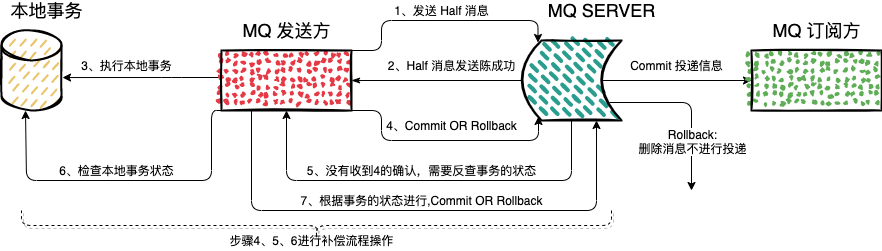
Earlier version of the draw.io export img/mq-rocketmq-shiwu.png (boilingfrog/Go-POINT). Source tidied: cells renumbered, new cells last; positions are measured from the earlier drawing's top-left corner, leaving out a move shared by most shapes.
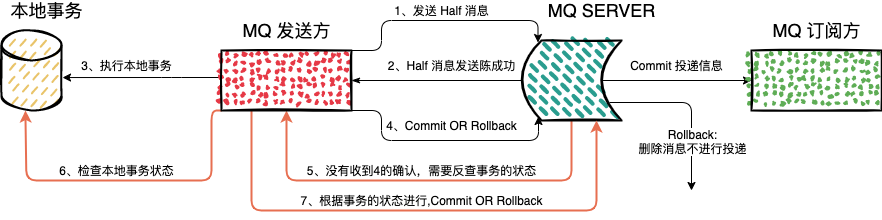
Above is the later version.

Commit message:
几个消息队列中常见的问题

Diff of the diagram source:
```diff
@@ -18,7 +18,7 @@
         <mxPoint x="1" y="-8" as="offset" />
       </mxGeometry>
     </mxCell>
-    <mxCell id="6" style="edgeStyle=orthogonalEdgeStyle;rounded=1;html=1;startArrow=none;startFill=0;endArrow=classic;endFill=1;strokeWidth=1;" parent="1" edge="1" source="7">
+    <mxCell id="6" style="edgeStyle=orthogonalEdgeStyle;rounded=1;html=1;startArrow=none;startFill=0;endArrow=classic;endFill=1;strokeWidth=2;strokeColor=#e76f51;" parent="1" edge="1" source="7">
       <mxGeometry relative="1" as="geometry">
         <mxPoint x="285" y="110" as="targetPoint" />
         <Array as="points">
@@ -57,7 +57,7 @@
         </Array>
       </mxGeometry>
     </mxCell>
-    <mxCell id="13" style="edgeStyle=orthogonalEdgeStyle;rounded=1;html=1;startArrow=none;startFill=0;endArrow=classic;endFill=1;strokeWidth=1;exitX=0;exitY=1;exitDx=0;exitDy=0;entryX=0.4;entryY=1;entryDx=0;entryDy=0;entryPerimeter=0;" parent="1" edge="1" source="16" target="2">
+    <mxCell id="13" style="edgeStyle=orthogonalEdgeStyle;rounded=1;html=1;startArrow=none;startFill=0;endArrow=classic;endFill=1;strokeWidth=2;exitX=0;exitY=1;exitDx=0;exitDy=0;entryX=0.4;entryY=1;entryDx=0;entryDy=0;entryPerimeter=0;fillColor=#d80073;strokeColor=#e76f51;" parent="1" edge="1" source="16" target="2">
       <mxGeometry relative="1" as="geometry">
         <Array as="points">
           <mxPoint x="210" y="110" />
@@ -75,7 +75,7 @@
         </Array>
       </mxGeometry>
     </mxCell>
-    <mxCell id="15" style="edgeStyle=orthogonalEdgeStyle;rounded=1;html=1;entryX=0.75;entryY=1;entryDx=0;entryDy=0;startArrow=none;startFill=0;endArrow=classic;endFill=1;strokeWidth=1;" parent="1" edge="1" source="16" target="7">
+    <mxCell id="15" style="edgeStyle=orthogonalEdgeStyle;rounded=1;html=1;entryX=0.75;entryY=1;entryDx=0;entryDy=0;startArrow=none;startFill=0;endArrow=classic;endFill=1;strokeWidth=2;strokeColor=#e76f51;" parent="1" edge="1" source="16" target="7">
       <mxGeometry relative="1" as="geometry">
         <Array as="points">
           <mxPoint x="250" y="210" />
@@ -119,11 +119,5 @@
     <mxCell id="27" value="7、根据事务的状态进行,Commit OR Rollback" style="text;html=1;align=center;verticalAlign=middle;strokeColor=none;" parent="1" vertex="1">
       <mxGeometry x="290" y="190" width="260" height="20" as="geometry" />
     </mxCell>
-    <mxCell id="28" style="shape=curlyBracket;whiteSpace=wrap;html=1;rounded=1;flipH=1;shadow=1;strokeWidth=1;fillColor=#ddbea9;gradientColor=none;gradientDirection=south;direction=north;dashed=1;" parent="1" vertex="1">
-      <mxGeometry x="20" y="210" width="590" height="30" as="geometry" />
-    </mxCell>
-    <mxCell id="29" value="步骤4、5、6进行补偿流程操作" style="text;html=1;align=center;verticalAlign=middle;strokeColor=none;" parent="1" vertex="1">
-      <mxGeometry x="220" y="230" width="180" height="20" as="geometry" />
-    </mxCell>
   </root>
 </mxGraphModel>
```
